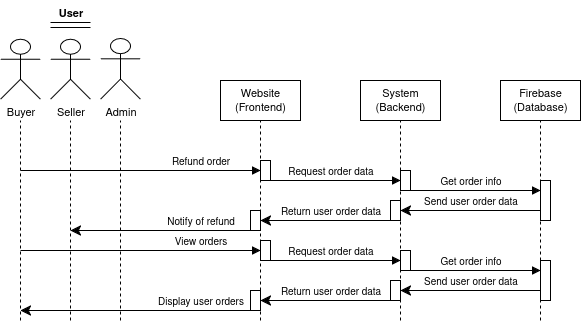
The draw.io diagram SRS Documents/User Story Diagrams/Sequence Diagram - 11.png in TagReaper/CSE-4214-03-Lab-Project, before a commit. Source tidied: cells renumbered, new cells last; positions are measured from the earlier drawing's top-left corner, leaving out a move shared by most shapes. The source it was exported from:
```xml
<mxGraphModel>
  <root>
    <mxCell id="0" />
    <mxCell id="1" parent="0" />
    <mxCell id="2" value="Website&lt;br&gt;(Frontend)" style="rounded=0;whiteSpace=wrap;html=1;fontFamily=Helvetica;fontSize=11;fontColor=default;labelBackgroundColor=default;" parent="1" vertex="1">
      <mxGeometry x="220" y="80" width="80" height="40" as="geometry" />
    </mxCell>
    <mxCell id="3" value="System&lt;br&gt;(Backend)" style="rounded=0;whiteSpace=wrap;html=1;fontFamily=Helvetica;fontSize=11;fontColor=default;labelBackgroundColor=default;" parent="1" vertex="1">
      <mxGeometry x="360" y="80" width="80" height="40" as="geometry" />
    </mxCell>
    <mxCell id="4" value="Firebase&lt;br&gt;(Database)" style="rounded=0;whiteSpace=wrap;html=1;fontFamily=Helvetica;fontSize=11;fontColor=default;labelBackgroundColor=default;" parent="1" vertex="1">
      <mxGeometry x="500" y="80" width="80" height="40" as="geometry" />
    </mxCell>
    <mxCell id="5" value="Buyer" style="shape=umlActor;verticalLabelPosition=bottom;verticalAlign=top;html=1;fontFamily=Helvetica;fontSize=11;fontColor=default;labelBackgroundColor=default;" parent="1" vertex="1">
      <mxGeometry y="38.7" width="40" height="60" as="geometry" />
    </mxCell>
    <mxCell id="6" value="Seller" style="shape=umlActor;verticalLabelPosition=bottom;verticalAlign=top;html=1;fontFamily=Helvetica;fontSize=11;fontColor=default;labelBackgroundColor=default;" parent="1" vertex="1">
      <mxGeometry x="50" y="38.7" width="40" height="60" as="geometry" />
    </mxCell>
    <mxCell id="7" value="Admin" style="shape=umlActor;verticalLabelPosition=bottom;verticalAlign=top;html=1;fontFamily=Helvetica;fontSize=11;fontColor=default;labelBackgroundColor=default;" parent="1" vertex="1">
      <mxGeometry x="100" y="38" width="40" height="60.7" as="geometry" />
    </mxCell>
    <mxCell id="8" style="endArrow=none;dashed=1;html=1;rounded=0;strokeColor=default;align=center;verticalAlign=middle;fontFamily=Helvetica;fontSize=11;fontColor=default;labelBackgroundColor=default;" parent="1" edge="1">
      <mxGeometry relative="1" as="geometry">
        <mxPoint x="260" y="320" as="sourcePoint" />
        <mxPoint x="260" y="120" as="targetPoint" />
      </mxGeometry>
    </mxCell>
    <mxCell id="9" style="endArrow=none;dashed=1;html=1;rounded=0;strokeColor=default;align=center;verticalAlign=middle;fontFamily=Helvetica;fontSize=11;fontColor=default;labelBackgroundColor=default;entryX=0.5;entryY=1;entryDx=0;entryDy=0;" parent="1" edge="1" target="3">
      <mxGeometry relative="1" as="geometry">
        <mxPoint x="400" y="320" as="sourcePoint" />
      </mxGeometry>
    </mxCell>
    <mxCell id="10" style="endArrow=none;dashed=1;html=1;rounded=0;strokeColor=default;align=center;verticalAlign=middle;fontFamily=Helvetica;fontSize=11;fontColor=default;labelBackgroundColor=default;entryX=0.5;entryY=1;entryDx=0;entryDy=0;" parent="1" edge="1" target="4">
      <mxGeometry relative="1" as="geometry">
        <mxPoint x="540" y="320" as="sourcePoint" />
      </mxGeometry>
    </mxCell>
    <mxCell id="11" style="endArrow=none;dashed=1;html=1;rounded=0;strokeColor=default;align=center;verticalAlign=middle;fontFamily=Helvetica;fontSize=11;fontColor=default;labelBackgroundColor=default;" parent="1" edge="1">
      <mxGeometry relative="1" as="geometry">
        <mxPoint x="120" y="320" as="sourcePoint" />
        <mxPoint x="120" y="120" as="targetPoint" />
      </mxGeometry>
    </mxCell>
    <mxCell id="12" style="endArrow=none;dashed=1;html=1;rounded=0;strokeColor=default;align=center;verticalAlign=middle;fontFamily=Helvetica;fontSize=11;fontColor=default;labelBackgroundColor=default;" parent="1" edge="1">
      <mxGeometry relative="1" as="geometry">
        <mxPoint x="20" y="320" as="sourcePoint" />
        <mxPoint x="20" y="120" as="targetPoint" />
      </mxGeometry>
    </mxCell>
    <mxCell id="13" style="endArrow=none;dashed=1;html=1;rounded=0;strokeColor=default;align=center;verticalAlign=middle;fontFamily=Helvetica;fontSize=11;fontColor=default;labelBackgroundColor=default;" parent="1" edge="1">
      <mxGeometry relative="1" as="geometry">
        <mxPoint x="70" y="320" as="sourcePoint" />
        <mxPoint x="70" y="120" as="targetPoint" />
      </mxGeometry>
    </mxCell>
    <mxCell id="14" value="&lt;font style=&quot;font-size: 10px;&quot;&gt;Request order data&lt;/font&gt;" style="html=1;verticalAlign=bottom;endArrow=block;curved=0;rounded=0;strokeColor=default;align=center;fontFamily=Helvetica;fontSize=11;fontColor=default;labelBackgroundColor=default;" parent="1" edge="1">
      <mxGeometry relative="1" as="geometry">
        <mxPoint x="260" y="260" as="sourcePoint" />
        <mxPoint x="400" y="260" as="targetPoint" />
      </mxGeometry>
    </mxCell>
    <mxCell id="15" value="&lt;font style=&quot;font-size: 10px;&quot;&gt;Get order info&lt;/font&gt;" style="html=1;verticalAlign=bottom;endArrow=block;curved=0;rounded=0;strokeColor=default;align=center;fontFamily=Helvetica;fontSize=11;fontColor=default;labelBackgroundColor=default;" parent="1" edge="1">
      <mxGeometry relative="1" as="geometry">
        <mxPoint x="400" y="270" as="sourcePoint" />
        <mxPoint x="540" y="270" as="targetPoint" />
      </mxGeometry>
    </mxCell>
    <mxCell id="16" value="&lt;font style=&quot;font-size: 10px;&quot;&gt;View orders&lt;/font&gt;" style="html=1;verticalAlign=bottom;endArrow=block;curved=0;rounded=0;strokeColor=default;align=center;fontFamily=Helvetica;fontSize=11;fontColor=default;labelBackgroundColor=default;" parent="1" edge="1">
      <mxGeometry x="0.5" relative="1" as="geometry">
        <mxPoint x="20" y="250" as="sourcePoint" />
        <mxPoint x="260" y="250" as="targetPoint" />
      </mxGeometry>
    </mxCell>
    <mxCell id="17" value="&lt;font style=&quot;font-size: 10px;&quot;&gt;Send user order data&lt;/font&gt;" style="html=1;verticalAlign=bottom;endArrow=classic;endSize=8;curved=0;rounded=0;strokeColor=default;align=center;fontFamily=Helvetica;fontSize=11;fontColor=default;labelBackgroundColor=default;endFill=1;" parent="1" edge="1">
      <mxGeometry relative="1" as="geometry">
        <mxPoint x="540" y="290" as="sourcePoint" />
        <mxPoint x="400" y="290" as="targetPoint" />
      </mxGeometry>
    </mxCell>
    <mxCell id="18" value="&lt;font style=&quot;font-size: 10px;&quot;&gt;Return user order data&lt;/font&gt;" style="html=1;verticalAlign=bottom;endArrow=classic;endSize=8;curved=0;rounded=0;strokeColor=default;align=center;fontFamily=Helvetica;fontSize=11;fontColor=default;labelBackgroundColor=default;endFill=1;" parent="1" edge="1">
      <mxGeometry relative="1" as="geometry">
        <mxPoint x="400" y="300" as="sourcePoint" />
        <mxPoint x="260" y="300" as="targetPoint" />
      </mxGeometry>
    </mxCell>
    <mxCell id="19" value="&lt;font style=&quot;font-size: 10px;&quot;&gt;Display user orders&lt;/font&gt;" style="html=1;verticalAlign=bottom;endArrow=classic;endSize=8;curved=0;rounded=0;strokeColor=default;align=center;fontFamily=Helvetica;fontSize=11;fontColor=default;labelBackgroundColor=default;endFill=1;" parent="1" edge="1">
      <mxGeometry x="-0.5" relative="1" as="geometry">
        <mxPoint x="260" y="310" as="sourcePoint" />
        <mxPoint x="20" y="310" as="targetPoint" />
      </mxGeometry>
    </mxCell>
    <mxCell id="20" style="line;strokeWidth=1;fillColor=none;align=left;verticalAlign=middle;spacingTop=-1;spacingLeft=3;spacingRight=3;labelPosition=right;strokeColor=inherit;fontFamily=Helvetica;fontSize=11;fontColor=default;labelBackgroundColor=default;" parent="1" vertex="1">
      <mxGeometry x="50" y="18" width="40" height="8" as="geometry" />
    </mxCell>
    <mxCell id="21" value="User" style="text;align=center;fontStyle=1;verticalAlign=middle;spacingLeft=3;spacingRight=3;strokeColor=none;html=1;fontFamily=Helvetica;fontSize=11;fontColor=default;labelBackgroundColor=default;" parent="1" vertex="1">
      <mxGeometry x="30" width="80" height="26" as="geometry" />
    </mxCell>
    <mxCell id="22" style="line;strokeWidth=1;fillColor=none;align=left;verticalAlign=middle;spacingTop=-1;spacingLeft=3;spacingRight=3;labelPosition=right;strokeColor=inherit;fontFamily=Helvetica;fontSize=11;fontColor=default;labelBackgroundColor=default;" parent="1" vertex="1">
      <mxGeometry x="50" y="26" width="40" height="2" as="geometry" />
    </mxCell>
    <mxCell id="23" value="&lt;font style=&quot;font-size: 10px;&quot;&gt;Request order data&lt;/font&gt;" style="html=1;verticalAlign=bottom;endArrow=block;curved=0;rounded=0;strokeColor=default;align=center;fontFamily=Helvetica;fontSize=11;fontColor=default;labelBackgroundColor=default;" parent="1" edge="1">
      <mxGeometry relative="1" as="geometry">
        <mxPoint x="260" y="180" as="sourcePoint" />
        <mxPoint x="400" y="180" as="targetPoint" />
      </mxGeometry>
    </mxCell>
    <mxCell id="24" value="&lt;font style=&quot;font-size: 10px;&quot;&gt;Get order info&lt;/font&gt;" style="html=1;verticalAlign=bottom;endArrow=block;curved=0;rounded=0;strokeColor=default;align=center;fontFamily=Helvetica;fontSize=11;fontColor=default;labelBackgroundColor=default;" parent="1" edge="1">
      <mxGeometry relative="1" as="geometry">
        <mxPoint x="400" y="190" as="sourcePoint" />
        <mxPoint x="540" y="190" as="targetPoint" />
      </mxGeometry>
    </mxCell>
    <mxCell id="25" value="&lt;font style=&quot;font-size: 10px;&quot;&gt;Refund order&lt;/font&gt;" style="html=1;verticalAlign=bottom;endArrow=block;curved=0;rounded=0;strokeColor=default;align=center;fontFamily=Helvetica;fontSize=11;fontColor=default;labelBackgroundColor=default;" parent="1" edge="1">
      <mxGeometry x="0.5" relative="1" as="geometry">
        <mxPoint x="20" y="170" as="sourcePoint" />
        <mxPoint x="260" y="170" as="targetPoint" />
      </mxGeometry>
    </mxCell>
    <mxCell id="26" value="&lt;font style=&quot;font-size: 10px;&quot;&gt;Send user order data&lt;/font&gt;" style="html=1;verticalAlign=bottom;endArrow=classic;endSize=8;curved=0;rounded=0;strokeColor=default;align=center;fontFamily=Helvetica;fontSize=11;fontColor=default;labelBackgroundColor=default;endFill=1;" parent="1" edge="1">
      <mxGeometry relative="1" as="geometry">
        <mxPoint x="540" y="210" as="sourcePoint" />
        <mxPoint x="400" y="210" as="targetPoint" />
      </mxGeometry>
    </mxCell>
    <mxCell id="27" value="&lt;font style=&quot;font-size: 10px;&quot;&gt;Return user order data&lt;/font&gt;" style="html=1;verticalAlign=bottom;endArrow=classic;endSize=8;curved=0;rounded=0;strokeColor=default;align=center;fontFamily=Helvetica;fontSize=11;fontColor=default;labelBackgroundColor=default;endFill=1;" parent="1" edge="1">
      <mxGeometry relative="1" as="geometry">
        <mxPoint x="400" y="220" as="sourcePoint" />
        <mxPoint x="260" y="220" as="targetPoint" />
      </mxGeometry>
    </mxCell>
    <mxCell id="28" value="&lt;font style=&quot;font-size: 10px;&quot;&gt;Notify of refund&lt;/font&gt;" style="html=1;verticalAlign=bottom;endArrow=classic;endSize=8;curved=0;rounded=0;strokeColor=default;align=center;fontFamily=Helvetica;fontSize=11;fontColor=default;labelBackgroundColor=default;endFill=1;" parent="1" edge="1">
      <mxGeometry x="-0.37" relative="1" as="geometry">
        <mxPoint x="260" y="230" as="sourcePoint" />
        <mxPoint x="70" y="230" as="targetPoint" />
      </mxGeometry>
    </mxCell>
    <mxCell id="29" style="rounded=0;whiteSpace=wrap;html=1;" parent="1" vertex="1">
      <mxGeometry x="260" y="160" width="10" height="20" as="geometry" />
    </mxCell>
    <mxCell id="30" style="rounded=0;whiteSpace=wrap;html=1;" parent="1" vertex="1">
      <mxGeometry x="400" y="170" width="10" height="20" as="geometry" />
    </mxCell>
    <mxCell id="31" style="rounded=0;whiteSpace=wrap;html=1;" parent="1" vertex="1">
      <mxGeometry x="540" y="180" width="10" height="40" as="geometry" />
    </mxCell>
    <mxCell id="32" style="rounded=0;whiteSpace=wrap;html=1;" parent="1" vertex="1">
      <mxGeometry x="390" y="200" width="10" height="20" as="geometry" />
    </mxCell>
    <mxCell id="33" style="rounded=0;whiteSpace=wrap;html=1;" parent="1" vertex="1">
      <mxGeometry x="250" y="210" width="10" height="20" as="geometry" />
    </mxCell>
    <mxCell id="34" style="rounded=0;whiteSpace=wrap;html=1;" parent="1" vertex="1">
      <mxGeometry x="260" y="240" width="10" height="20" as="geometry" />
    </mxCell>
    <mxCell id="35" style="rounded=0;whiteSpace=wrap;html=1;" parent="1" vertex="1">
      <mxGeometry x="400" y="250" width="10" height="20" as="geometry" />
    </mxCell>
    <mxCell id="36" style="rounded=0;whiteSpace=wrap;html=1;" parent="1" vertex="1">
      <mxGeometry x="540" y="260" width="10" height="40" as="geometry" />
    </mxCell>
    <mxCell id="37" style="rounded=0;whiteSpace=wrap;html=1;" parent="1" vertex="1">
      <mxGeometry x="390" y="280" width="10" height="20" as="geometry" />
    </mxCell>
    <mxCell id="38" style="rounded=0;whiteSpace=wrap;html=1;" parent="1" vertex="1">
      <mxGeometry x="250" y="290" width="10" height="20" as="geometry" />
    </mxCell>
  </root>
</mxGraphModel>
```
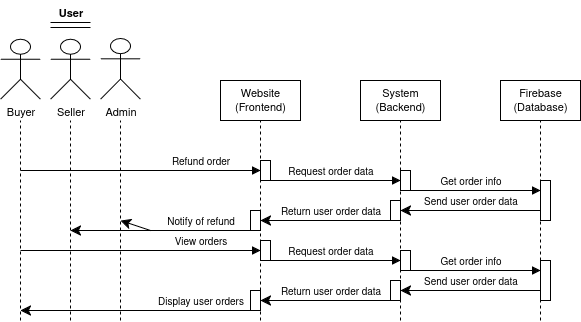
The same file after the commit.

The edit, as a diff of the source:
```diff
@@ -165,5 +165,11 @@
     <mxCell id="38" style="rounded=0;whiteSpace=wrap;html=1;" parent="1" vertex="1">
       <mxGeometry x="250" y="290" width="10" height="20" as="geometry" />
     </mxCell>
+    <mxCell id="39" style="html=1;verticalAlign=bottom;endArrow=classic;endSize=8;curved=0;rounded=0;strokeColor=default;align=center;fontFamily=Helvetica;fontSize=11;fontColor=default;labelBackgroundColor=default;endFill=1;" parent="1" edge="1">
+      <mxGeometry x="-0.37" relative="1" as="geometry">
+        <mxPoint x="150" y="230" as="sourcePoint" />
+        <mxPoint x="120" y="220" as="targetPoint" />
+      </mxGeometry>
+    </mxCell>
   </root>
 </mxGraphModel>
```
